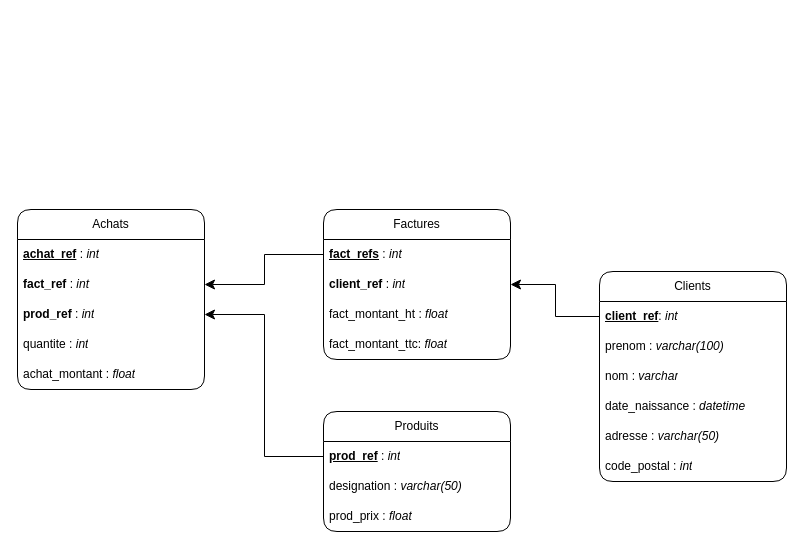
This is Exercice 1 Premiere conception BDD/exercice-1.drawio from ThomasSanna/base-de-donnee-L3STI, a draw.io file, before an edit. Source tidied: cells renumbered, new cells numbered last; positions are measured from the earlier drawing's top-left corner, leaving out a move shared by most shapes. Both pictures are drawn from the tidied source at 100%, with x=0, y=0 at pixel (17, 209).
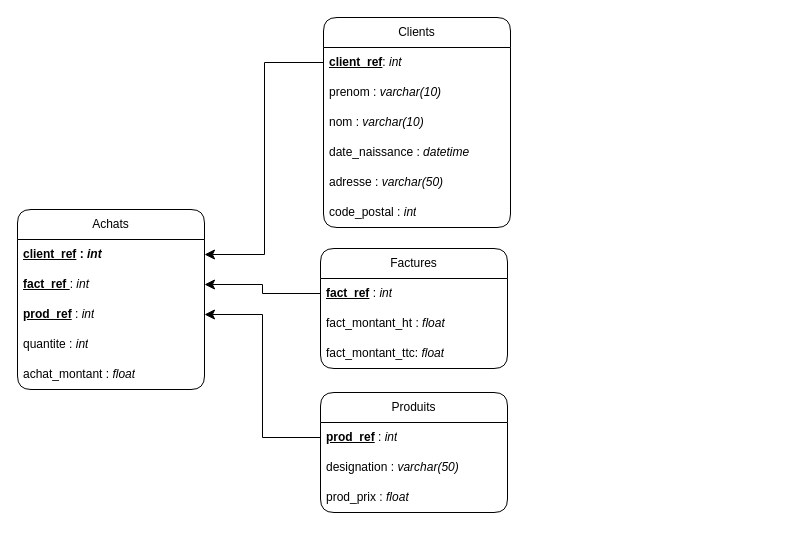
Above is the later version.

Unchanged cells that the change refers to:
```xml
<mxCell id="6" value="Achats" style="swimlane;fontStyle=0;horizontal=1;startSize=30;whiteSpace=wrap;html=1;shadow=0;swimlaneLine=1;glass=0;rounded=1;fillColor=none;" parent="1" vertex="1">
  <mxGeometry width="187" height="180" as="geometry" />
</mxCell>
```

Change to the diagram source:
```diff
@@
     <mxCell id="2" value="Produits" style="swimlane;fontStyle=0;horizontal=1;startSize=30;whiteSpace=wrap;html=1;shadow=0;swimlaneLine=1;glass=0;rounded=1;fillColor=none;fillStyle=dashed;gradientColor=default;swimlaneFillColor=none;" parent="1" vertex="1">
-      <mxGeometry x="306" y="202" width="187" height="120" as="geometry" />
+      <mxGeometry x="303" y="183" width="187" height="120" as="geometry" />
     </mxCell>
-    <mxCell id="3" value="&lt;u&gt;&lt;b&gt;prod_ref&lt;/b&gt;&lt;/u&gt; :&amp;nbsp;&lt;i&gt;int&lt;/i&gt;" style="text;strokeColor=none;fillColor=none;align=left;verticalAlign=middle;spacingLeft=4;spacingRight=4;overflow=hidden;points=[[0,0.5],[1,0.5]];portConstraint=eastwest;whiteSpace=wrap;html=1;shadow=0;swimlaneLine=1;glass=0;rounded=1;" parent="2" vertex="1">
+    <mxCell id="3" value="&lt;u&gt;&lt;b&gt;prod_ref&lt;/b&gt;&lt;/u&gt;&amp;nbsp;:&amp;nbsp;&lt;i&gt;int&lt;/i&gt;" style="text;strokeColor=none;fillColor=none;align=left;verticalAlign=middle;spacingLeft=4;spacingRight=4;overflow=hidden;points=[[0,0.5],[1,0.5]];portConstraint=eastwest;whiteSpace=wrap;html=1;shadow=0;swimlaneLine=1;glass=0;rounded=1;" parent="2" vertex="1">
       <mxGeometry y="30" width="187" height="30" as="geometry" />
     </mxCell>
@@
-    <mxCell id="7" value="&lt;b&gt;&lt;u&gt;achat_ref&lt;/u&gt;&lt;/b&gt; : &lt;i&gt;int&lt;/i&gt;" style="text;strokeColor=none;fillColor=none;align=left;verticalAlign=middle;spacingLeft=4;spacingRight=4;overflow=hidden;whiteSpace=wrap;html=1;shadow=0;swimlaneLine=1;glass=0;rounded=1;" parent="6" vertex="1">
-      <mxGeometry y="30" width="187" height="30" as="geometry" />
-    </mxCell>
+    <mxCell id="21" value="&lt;b&gt;&lt;u style=&quot;&quot;&gt;client_ref&lt;/u&gt; : &lt;i&gt;int&lt;/i&gt;&lt;/b&gt;" style="text;strokeColor=none;fillColor=none;align=left;verticalAlign=middle;spacingLeft=4;spacingRight=4;overflow=hidden;points=[[0,0.5],[1,0.5]];portConstraint=eastwest;whiteSpace=wrap;html=1;shadow=0;swimlaneLine=1;glass=0;rounded=1;" parent="6" vertex="1">
+      <mxGeometry y="30" width="187" height="30" as="geometry" />
+    </mxCell>
-    <mxCell id="8" value="&lt;b&gt;fact_ref &lt;/b&gt;: &lt;i&gt;int&amp;nbsp;&lt;/i&gt;" style="text;strokeColor=none;fillColor=none;align=left;verticalAlign=middle;spacingLeft=4;spacingRight=4;overflow=hidden;points=[[0,0.5],[1,0.5]];portConstraint=eastwest;whiteSpace=wrap;html=1;shadow=0;swimlaneLine=1;glass=0;rounded=1;" parent="6" vertex="1">
+    <mxCell id="8" value="&lt;b style=&quot;text-decoration-line: underline;&quot;&gt;fact_ref &lt;/b&gt;: &lt;i style=&quot;&quot;&gt;int&amp;nbsp;&lt;/i&gt;" style="text;strokeColor=none;fillColor=none;align=left;verticalAlign=middle;spacingLeft=4;spacingRight=4;overflow=hidden;points=[[0,0.5],[1,0.5]];portConstraint=eastwest;whiteSpace=wrap;html=1;shadow=0;swimlaneLine=1;glass=0;rounded=1;" parent="6" vertex="1">
       <mxGeometry y="60" width="187" height="30" as="geometry" />
     </mxCell>
-    <mxCell id="9" value="&lt;b&gt;prod_ref&lt;/b&gt; : &lt;i&gt;int&lt;/i&gt;" style="text;strokeColor=none;fillColor=none;align=left;verticalAlign=middle;spacingLeft=4;spacingRight=4;overflow=hidden;points=[[0,0.5],[1,0.5]];portConstraint=eastwest;whiteSpace=wrap;html=1;shadow=0;swimlaneLine=1;glass=0;rounded=1;" parent="6" vertex="1">
+    <mxCell id="9" value="&lt;b&gt;&lt;u&gt;prod_ref&lt;/u&gt;&lt;/b&gt; : &lt;i&gt;int&lt;/i&gt;" style="text;strokeColor=none;fillColor=none;align=left;verticalAlign=middle;spacingLeft=4;spacingRight=4;overflow=hidden;points=[[0,0.5],[1,0.5]];portConstraint=eastwest;whiteSpace=wrap;html=1;shadow=0;swimlaneLine=1;glass=0;rounded=1;" parent="6" vertex="1">
       <mxGeometry y="90" width="187" height="30" as="geometry" />
     </mxCell>
@@
     <mxCell id="12" value="Clients" style="swimlane;fontStyle=0;horizontal=1;startSize=30;whiteSpace=wrap;html=1;shadow=0;swimlaneLine=1;glass=0;rounded=1;fillColor=none;fillStyle=dashed;gradientColor=default;swimlaneFillColor=none;" parent="1" vertex="1">
-      <mxGeometry x="582" y="62" width="187" height="210" as="geometry" />
+      <mxGeometry x="306" y="-192" width="187" height="210" as="geometry" />
     </mxCell>
@@
-    <mxCell id="14" value="prenom :&amp;nbsp;&lt;i&gt;varchar(100)&lt;/i&gt;" style="text;strokeColor=none;fillColor=none;align=left;verticalAlign=middle;spacingLeft=4;spacingRight=4;overflow=hidden;whiteSpace=wrap;html=1;shadow=0;swimlaneLine=1;glass=0;rounded=1;" parent="12" vertex="1">
+    <mxCell id="14" value="prenom :&amp;nbsp;&lt;i&gt;varchar(10)&lt;/i&gt;" style="text;strokeColor=none;fillColor=none;align=left;verticalAlign=middle;spacingLeft=4;spacingRight=4;overflow=hidden;whiteSpace=wrap;html=1;shadow=0;swimlaneLine=1;glass=0;rounded=1;" parent="12" vertex="1">
       <mxGeometry y="60" width="187" height="30" as="geometry" />
     </mxCell>
-    <mxCell id="15" value="nom : &lt;i&gt;varchar&lt;/i&gt;" style="text;strokeColor=none;fillColor=none;align=left;verticalAlign=middle;spacingLeft=4;spacingRight=4;overflow=hidden;whiteSpace=wrap;html=1;shadow=0;swimlaneLine=1;glass=0;rounded=1;" parent="12" vertex="1">
+    <mxCell id="15" value="nom : &lt;i&gt;varchar(10)&lt;/i&gt;" style="text;strokeColor=none;fillColor=none;align=left;verticalAlign=middle;spacingLeft=4;spacingRight=4;overflow=hidden;whiteSpace=wrap;html=1;shadow=0;swimlaneLine=1;glass=0;rounded=1;" parent="12" vertex="1">
       <mxGeometry y="90" width="187" height="30" as="geometry" />
     </mxCell>
@@
     <mxCell id="19" value="Factures" style="swimlane;fontStyle=0;horizontal=1;startSize=30;whiteSpace=wrap;html=1;shadow=0;swimlaneLine=1;glass=0;rounded=1;fillColor=none;" parent="1" vertex="1">
-      <mxGeometry x="306" width="187" height="150" as="geometry" />
+      <mxGeometry x="303" y="39" width="187" height="120" as="geometry" />
     </mxCell>
-    <mxCell id="20" value="&lt;b&gt;&lt;u&gt;fact_refs&lt;/u&gt;&lt;/b&gt; : &lt;i&gt;int&lt;/i&gt;" style="text;strokeColor=none;fillColor=none;align=left;verticalAlign=middle;spacingLeft=4;spacingRight=4;overflow=hidden;points=[[0,0.5],[1,0.5]];portConstraint=eastwest;whiteSpace=wrap;html=1;shadow=0;swimlaneLine=1;glass=0;rounded=1;" parent="19" vertex="1">
+    <mxCell id="20" value="&lt;b&gt;&lt;u&gt;fact_ref&lt;/u&gt;&lt;/b&gt;&amp;nbsp;: &lt;i&gt;int&lt;/i&gt;" style="text;strokeColor=none;fillColor=none;align=left;verticalAlign=middle;spacingLeft=4;spacingRight=4;overflow=hidden;points=[[0,0.5],[1,0.5]];portConstraint=eastwest;whiteSpace=wrap;html=1;shadow=0;swimlaneLine=1;glass=0;rounded=1;" parent="19" vertex="1">
       <mxGeometry y="30" width="187" height="30" as="geometry" />
     </mxCell>
-    <mxCell id="21" value="&lt;b&gt;client_ref&lt;/b&gt; : &lt;i&gt;int&lt;/i&gt;" style="text;strokeColor=none;fillColor=none;align=left;verticalAlign=middle;spacingLeft=4;spacingRight=4;overflow=hidden;points=[[0,0.5],[1,0.5]];portConstraint=eastwest;whiteSpace=wrap;html=1;shadow=0;swimlaneLine=1;glass=0;rounded=1;" parent="19" vertex="1">
-      <mxGeometry y="60" width="187" height="30" as="geometry" />
-    </mxCell>
     <mxCell id="22" value="fact_montant_ht : &lt;i&gt;float&lt;/i&gt;" style="text;strokeColor=none;fillColor=none;align=left;verticalAlign=middle;spacingLeft=4;spacingRight=4;overflow=hidden;whiteSpace=wrap;html=1;shadow=0;swimlaneLine=1;glass=0;rounded=1;" parent="19" vertex="1">
-      <mxGeometry y="90" width="187" height="30" as="geometry" />
+      <mxGeometry y="60" width="187" height="30" as="geometry" />
     </mxCell>
     <mxCell id="23" value="fact_montant_ttc: &lt;i&gt;float&lt;/i&gt;" style="text;strokeColor=none;fillColor=none;align=left;verticalAlign=middle;spacingLeft=4;spacingRight=4;overflow=hidden;whiteSpace=wrap;html=1;shadow=0;swimlaneLine=1;glass=0;rounded=1;" parent="19" vertex="1">
-      <mxGeometry y="120" width="187" height="30" as="geometry" />
+      <mxGeometry y="90" width="187" height="30" as="geometry" />
     </mxCell>
```
